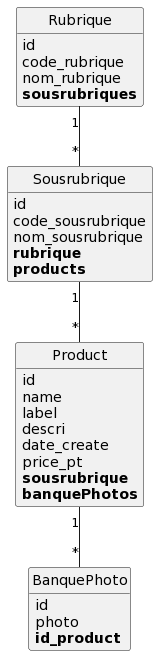
Before: puml/index.png, a diagram exported from PlantUML (jeanmarie80000/village_green_project).
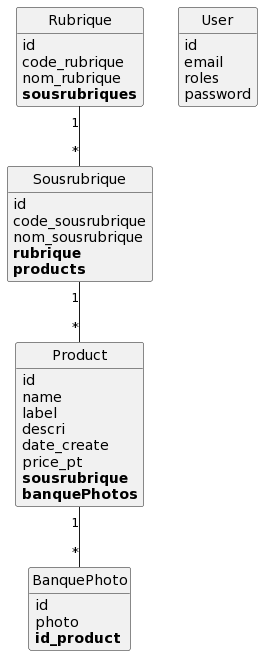
After the change.

What changed in the source:
```diff
@@ -31,6 +31,13 @@
 	**products**
 }
 
+class User {
+	id
+	email
+	roles
+	password
+}
+
 Product "1"--"*" BanquePhoto
 Rubrique "1"--"*" Sousrubrique
 Sousrubrique "1"--"*" Product
```
